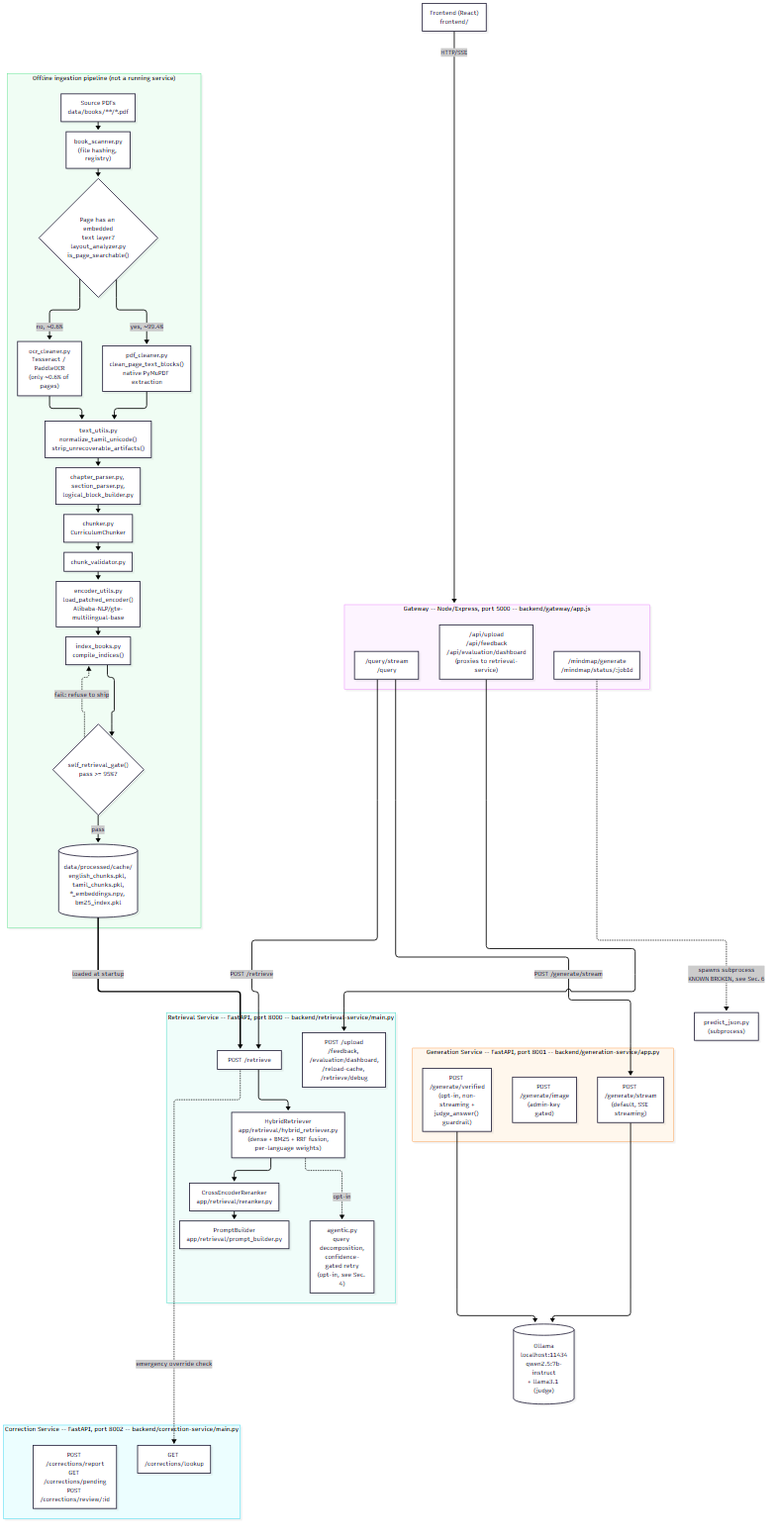
This is docs/diagram3-technical.png from infant-ui/TamilSLM, a Mermaid export, as it was before one commit. Its source is kept beside it as docs/diagram3-technical.mmd.
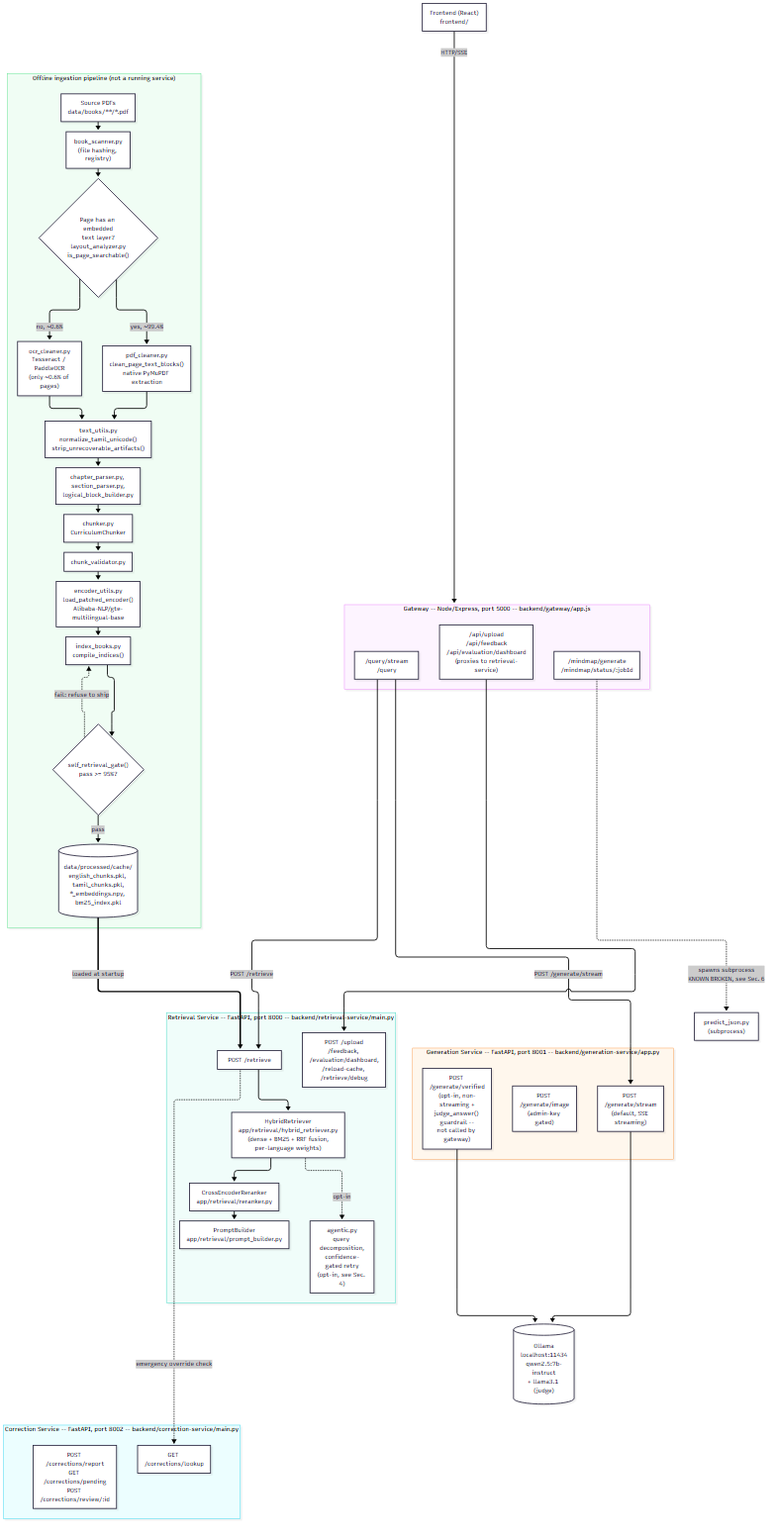
Later version of the same file.

Commit message:
Add '(opt-in, not called by gateway)' label to /generate/verified in diagram 3

Parity with agentic.py's '(opt-in, see Sec. 4)' label -- the verification
step's unreachability from the gateway was previously only conveyed by the
absence of an arrow, which a reader has to notice themselves.

The edit, as a diff of the source:
```diff
@@ -25,7 +25,7 @@
     subgraph GS["Generation Service -- FastAPI, port 8001 -- backend/generation-service/app.py"]
         direction TB
         GS_STREAM["POST /generate/stream\n(default, SSE streaming)"]
-        GS_VERIFIED["POST /generate/verified\n(opt-in, non-streaming +\njudge_answer() guardrail)"]
+        GS_VERIFIED["POST /generate/verified\n(opt-in, non-streaming +\njudge_answer() guardrail --\nnot called by gateway)"]
         GS_IMG["POST /generate/image\n(admin-key gated)"]
     end
 
```
